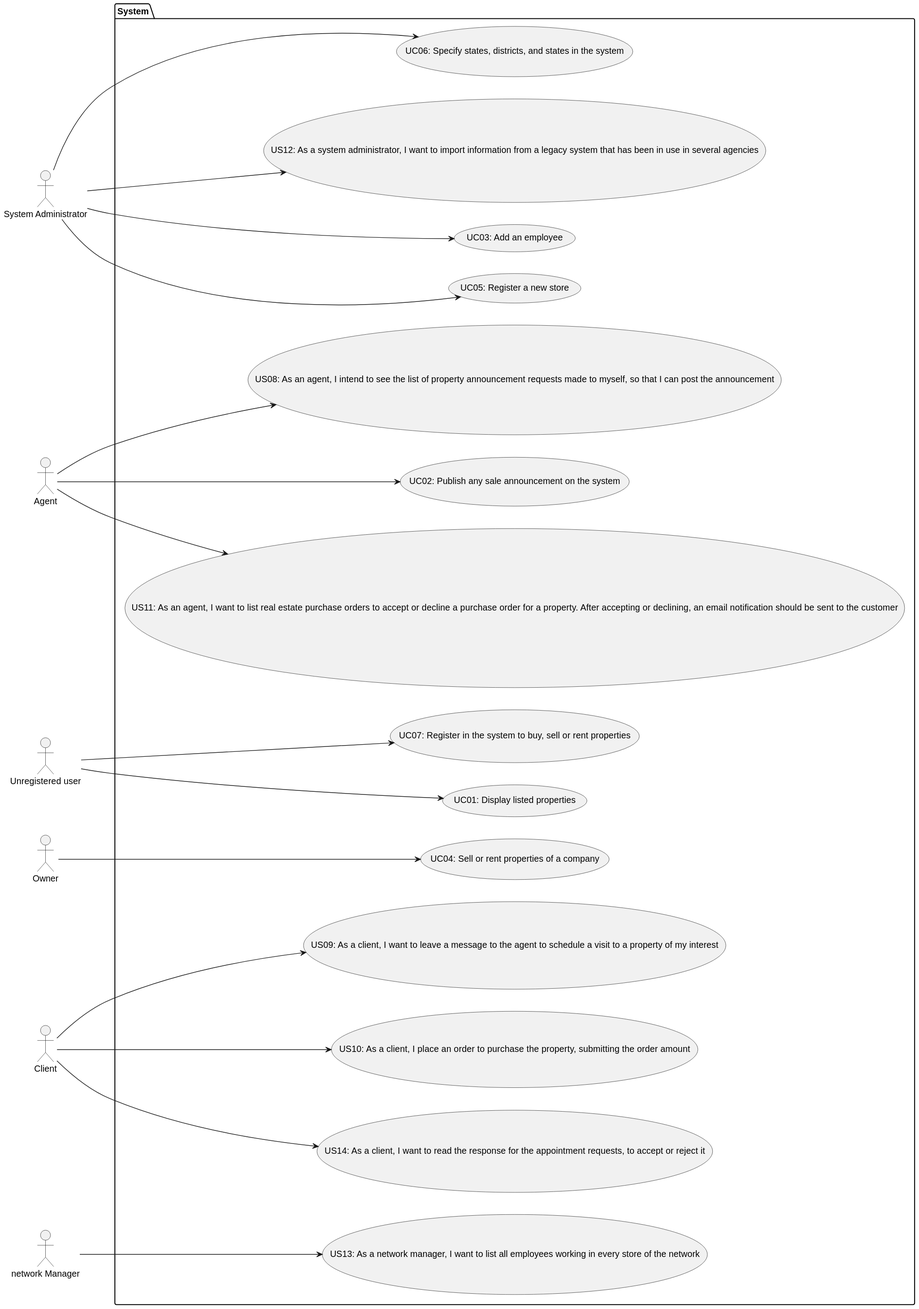
Earlier version of the PlantUML export docs/sprintD/global-artifacts/01.requirements-engineering/svg/use-case-diagram.svg (PureNimble/ISEP-LAPR2). The source it was exported from:
```plantuml
@startuml

left to right direction

 :System Administrator: as admin
 :Agent: as agent
 :Unregistered user: as user
 :Owner: as owner
 :Client: as client
 :network Manager: as manager
 package System {
   usecase "UC01: Display listed properties" as UC1
   usecase "UC02: Publish any sale announcement on the system" as UC2
   usecase "UC03: Add an employee" as UC3
   usecase "UC04: Sell or rent properties of a company" as UC4
   usecase "UC05: Register a new store" as UC5
   usecase "UC06: Specify states, districts, and states in the system" as UC6
   usecase "UC07: Register in the system to buy, sell or rent properties" as UC7
   usecase "US08: As an agent, I intend to see the list of property announcement requests made to myself, so that I can post the announcement" as UC8
   usecase "US09: As a client, I want to leave a message to the agent to schedule a visit to a property of my interest" as UC9
   usecase "US10: As a client, I place an order to purchase the property, submitting the order amount" as UC10
   usecase "US11: As an agent, I want to list real estate purchase orders to accept or decline a purchase order for a property. After accepting or declining, an email notification should be sent to the customer" as UC11
   usecase "US12: As a system administrator, I want to import information from a legacy system that has been in use in several agencies" as UC12
   usecase "US13: As a network manager, I want to list all employees working in every store of the network" as UC13
   usecase "US14: As a client, I want to read the response for the appointment requests, to accept or reject it" as UC14
 }
 admin --> UC3
 admin --> UC5
 admin --> UC6
 admin --> UC12

 user --> UC1
 user --> UC7

 agent --> UC2
 agent --> UC8
 agent --> UC11

 owner --> UC4

 client --> UC9
 client --> UC10
 client --> UC14

 manager --> UC13



@enduml
```
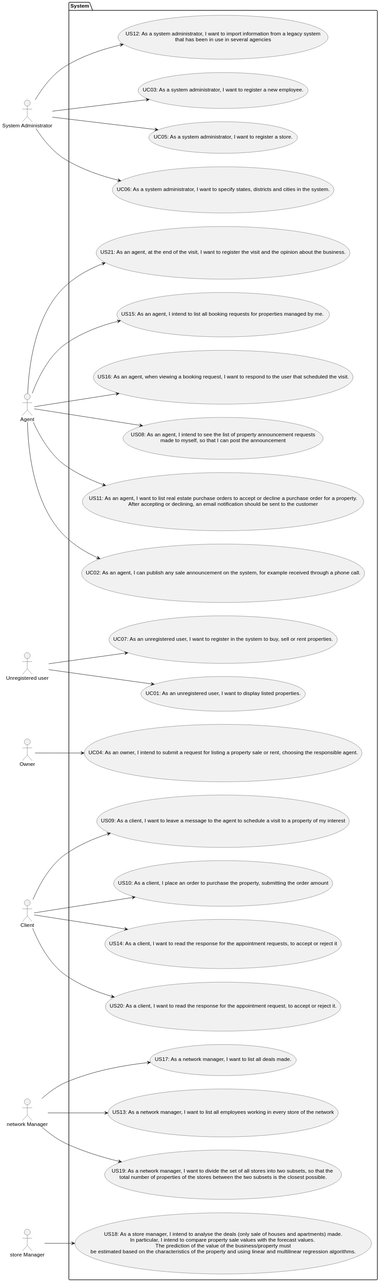
The same diagram one commit later.

Commit message:
Glossary update (added message, offer and booking request) Use case diagram update + svg + read me

Change to the diagram source:
```diff
@@ -1,5 +1,4 @@
 @startuml
-
 left to right direction
 
  :System Administrator: as admin
@@ -8,21 +7,29 @@
  :Owner: as owner
  :Client: as client
  :network Manager: as manager
+ :store Manager: as smanager
  package System {
-   usecase "UC01: Display listed properties" as UC1
-   usecase "UC02: Publish any sale announcement on the system" as UC2
-   usecase "UC03: Add an employee" as UC3
-   usecase "UC04: Sell or rent properties of a company" as UC4
-   usecase "UC05: Register a new store" as UC5
-   usecase "UC06: Specify states, districts, and states in the system" as UC6
-   usecase "UC07: Register in the system to buy, sell or rent properties" as UC7
-   usecase "US08: As an agent, I intend to see the list of property announcement requests made to myself, so that I can post the announcement" as UC8
+   usecase "UC01: As an unregistered user, I want to display listed properties." as UC1
+   usecase "UC02: As an agent, I can publish any sale announcement on the system, for example received through a phone call." as UC2
+   usecase "UC03: As a system administrator, I want to register a new employee." as UC3
+   usecase "UC04: As an owner, I intend to submit a request for listing a property sale or rent, choosing the responsible agent." as UC4
+   usecase "UC05: As a system administrator, I want to register a store." as UC5
+   usecase "UC06: As a system administrator, I want to specify states, districts and cities in the system." as UC6
+   usecase "UC07: As an unregistered user, I want to register in the system to buy, sell or rent properties." as UC7
+   usecase "US08: As an agent, I intend to see the list of property announcement requests\nmade to myself, so that I can post the announcement" as UC8
    usecase "US09: As a client, I want to leave a message to the agent to schedule a visit to a property of my interest" as UC9
    usecase "US10: As a client, I place an order to purchase the property, submitting the order amount" as UC10
-   usecase "US11: As an agent, I want to list real estate purchase orders to accept or decline a purchase order for a property. After accepting or declining, an email notification should be sent to the customer" as UC11
-   usecase "US12: As a system administrator, I want to import information from a legacy system that has been in use in several agencies" as UC12
+   usecase "US11: As an agent, I want to list real estate purchase orders to accept or decline a purchase order for a property.\nAfter accepting or declining, an email notification should be sent to the customer" as UC11
+   usecase "US12: As a system administrator, I want to import information from a legacy system\nthat has been in use in several agencies" as UC12
    usecase "US13: As a network manager, I want to list all employees working in every store of the network" as UC13
    usecase "US14: As a client, I want to read the response for the appointment requests, to accept or reject it" as UC14
+   usecase "US15: As an agent, I intend to list all booking requests for properties managed by me. " as UC15
+   usecase "US16: As an agent, when viewing a booking request, I want to respond to the user that scheduled the visit." as UC16
+   usecase "US17: As a network manager, I want to list all deals made." as UC17
+   usecase "US18: As a store manager, I intend to analyse the deals (only sale of houses and apartments) made.\nIn particular, I intend to compare property sale values with the forecast values. \nThe prediction of the value of the business/property must\nbe estimated based on the characteristics of the property and using linear and multilinear regression algorithms." as UC18
+   usecase "US19: As a network manager, I want to divide the set of all stores into two subsets, so that the \ntotal number of properties of the stores between the two subsets is the closest possible." as UC19
+   usecase "US20: As a client, I want to read the response for the appointment request, to accept or reject it." as UC20
+   usecase "US21: As an agent, at the end of the visit, I want to register the visit and the opinion about the business." as UC21
  }
  admin --> UC3
  admin --> UC5
@@ -35,15 +42,20 @@
  agent --> UC2
  agent --> UC8
  agent --> UC11
+ agent --> UC15
+ agent --> UC16
+ agent --> UC21
 
  owner --> UC4
 
  client --> UC9
  client --> UC10
  client --> UC14
+ client --> UC20
 
  manager --> UC13
+ manager --> UC17
+ manager --> UC19
 
-
-
+smanager --> UC18
 @enduml
```
